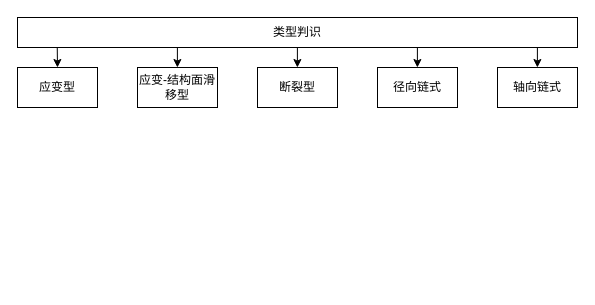
hzb29/hzb29 keeps this draw.io diagram as 研究现状.drawio. Above is the earlier version. Source tidied: cells renumbered, new cells numbered last; positions are measured from the earlier drawing's top-left corner, leaving out a move shared by most shapes. Both pictures are drawn from the tidied source at 100%, with x=0, y=0 at pixel (17, 17).
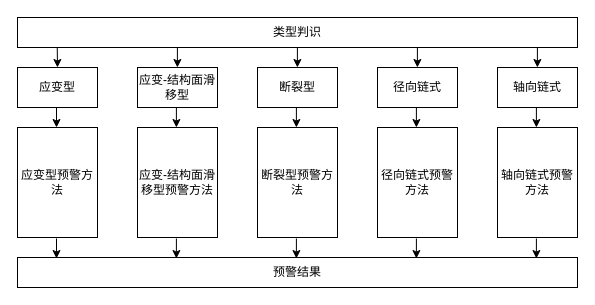
The same diagram, later.

Commit message:
更新研究现状.drawio

Change to the diagram source:
```diff
@@
+    <mxCell id="13" value="应变型预警方法" style="rounded=0;whiteSpace=wrap;html=1;" parent="1" vertex="1">
+      <mxGeometry y="110" width="80" height="110" as="geometry" />
+    </mxCell>
+    <mxCell id="14" value="应变-结构面滑移型预警方法" style="rounded=0;whiteSpace=wrap;html=1;" parent="1" vertex="1">
+      <mxGeometry x="120" y="110" width="80" height="110" as="geometry" />
+    </mxCell>
+    <mxCell id="15" value="断裂型预警方法" style="rounded=0;whiteSpace=wrap;html=1;" parent="1" vertex="1">
+      <mxGeometry x="240" y="110" width="80" height="110" as="geometry" />
+    </mxCell>
+    <mxCell id="16" value="径向链式预警方法" style="rounded=0;whiteSpace=wrap;html=1;" parent="1" vertex="1">
+      <mxGeometry x="360" y="110" width="80" height="110" as="geometry" />
+    </mxCell>
+    <mxCell id="17" value="轴向链式预警方法" style="rounded=0;whiteSpace=wrap;html=1;" parent="1" vertex="1">
+      <mxGeometry x="480" y="110" width="80" height="110" as="geometry" />
+    </mxCell>
+    <mxCell id="18" style="endArrow=classic;html=1;rounded=0;exitX=0.071;exitY=1;exitDx=0;exitDy=0;exitPerimeter=0;entryX=0.5;entryY=0;entryDx=0;entryDy=0;" parent="1" edge="1">
+      <mxGeometry relative="1" as="geometry">
+        <mxPoint x="39" y="90" as="sourcePoint" />
+        <mxPoint x="39" y="110" as="targetPoint" />
+      </mxGeometry>
+    </mxCell>
+    <mxCell id="19" style="endArrow=classic;html=1;rounded=0;exitX=0.071;exitY=1;exitDx=0;exitDy=0;exitPerimeter=0;entryX=0.5;entryY=0;entryDx=0;entryDy=0;" parent="1" edge="1">
+      <mxGeometry relative="1" as="geometry">
+        <mxPoint x="158.9" y="90" as="sourcePoint" />
+        <mxPoint x="158.9" y="110" as="targetPoint" />
+      </mxGeometry>
+    </mxCell>
+    <mxCell id="20" style="endArrow=classic;html=1;rounded=0;exitX=0.071;exitY=1;exitDx=0;exitDy=0;exitPerimeter=0;entryX=0.5;entryY=0;entryDx=0;entryDy=0;" parent="1" edge="1">
+      <mxGeometry relative="1" as="geometry">
+        <mxPoint x="278.9" y="90" as="sourcePoint" />
+        <mxPoint x="278.9" y="110" as="targetPoint" />
+      </mxGeometry>
+    </mxCell>
+    <mxCell id="21" style="endArrow=classic;html=1;rounded=0;exitX=0.071;exitY=1;exitDx=0;exitDy=0;exitPerimeter=0;entryX=0.5;entryY=0;entryDx=0;entryDy=0;" parent="1" edge="1">
+      <mxGeometry relative="1" as="geometry">
+        <mxPoint x="398.9" y="90" as="sourcePoint" />
+        <mxPoint x="398.9" y="110" as="targetPoint" />
+      </mxGeometry>
+    </mxCell>
+    <mxCell id="22" style="endArrow=classic;html=1;rounded=0;exitX=0.071;exitY=1;exitDx=0;exitDy=0;exitPerimeter=0;entryX=0.5;entryY=0;entryDx=0;entryDy=0;" parent="1" edge="1">
+      <mxGeometry relative="1" as="geometry">
+        <mxPoint x="518.9" y="90" as="sourcePoint" />
+        <mxPoint x="518.9" y="110" as="targetPoint" />
+      </mxGeometry>
+    </mxCell>
+    <mxCell id="23" value="预警结果" style="rounded=0;whiteSpace=wrap;html=1;" parent="1" vertex="1">
+      <mxGeometry y="240" width="560" height="30" as="geometry" />
+    </mxCell>
+    <mxCell id="24" style="endArrow=classic;html=1;rounded=0;exitX=0.071;exitY=1;exitDx=0;exitDy=0;exitPerimeter=0;entryX=0.5;entryY=0;entryDx=0;entryDy=0;" parent="1" edge="1">
+      <mxGeometry relative="1" as="geometry">
+        <mxPoint x="39" y="221" as="sourcePoint" />
+        <mxPoint x="39" y="241" as="targetPoint" />
+      </mxGeometry>
+    </mxCell>
+    <mxCell id="25" style="endArrow=classic;html=1;rounded=0;exitX=0.071;exitY=1;exitDx=0;exitDy=0;exitPerimeter=0;entryX=0.5;entryY=0;entryDx=0;entryDy=0;" parent="1" edge="1">
+      <mxGeometry relative="1" as="geometry">
+        <mxPoint x="158.9" y="221" as="sourcePoint" />
+        <mxPoint x="158.9" y="241" as="targetPoint" />
+      </mxGeometry>
+    </mxCell>
+    <mxCell id="26" style="endArrow=classic;html=1;rounded=0;exitX=0.071;exitY=1;exitDx=0;exitDy=0;exitPerimeter=0;entryX=0.5;entryY=0;entryDx=0;entryDy=0;" parent="1" edge="1">
+      <mxGeometry relative="1" as="geometry">
+        <mxPoint x="278.9" y="221" as="sourcePoint" />
+        <mxPoint x="278.9" y="241" as="targetPoint" />
+      </mxGeometry>
+    </mxCell>
+    <mxCell id="27" style="endArrow=classic;html=1;rounded=0;exitX=0.071;exitY=1;exitDx=0;exitDy=0;exitPerimeter=0;entryX=0.5;entryY=0;entryDx=0;entryDy=0;" parent="1" edge="1">
+      <mxGeometry relative="1" as="geometry">
+        <mxPoint x="398.9" y="221" as="sourcePoint" />
+        <mxPoint x="398.9" y="241" as="targetPoint" />
+      </mxGeometry>
+    </mxCell>
+    <mxCell id="28" style="endArrow=classic;html=1;rounded=0;exitX=0.071;exitY=1;exitDx=0;exitDy=0;exitPerimeter=0;entryX=0.5;entryY=0;entryDx=0;entryDy=0;" parent="1" edge="1">
+      <mxGeometry relative="1" as="geometry">
+        <mxPoint x="518.9" y="221" as="sourcePoint" />
+        <mxPoint x="518.9" y="241" as="targetPoint" />
+      </mxGeometry>
+    </mxCell>
```
